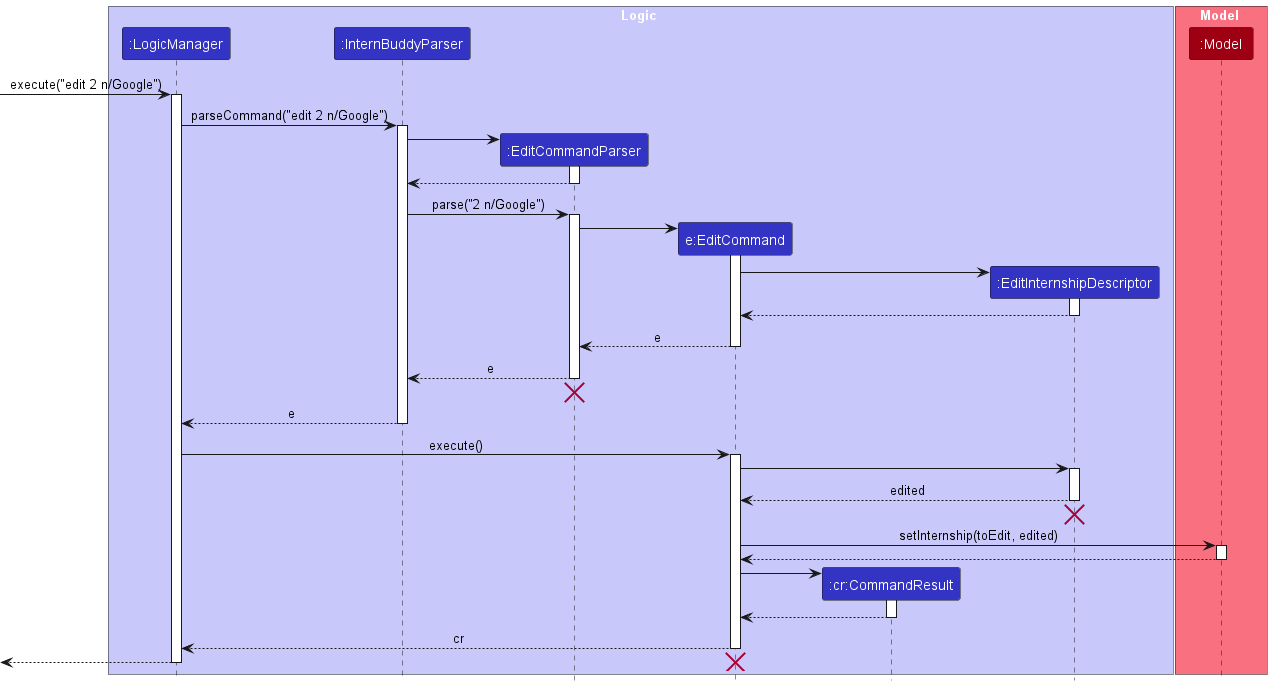
Above: docs/images/EditSequenceDiagram.png in nus-cs2103-AY2223S2/tp (PlantUML), before the change.
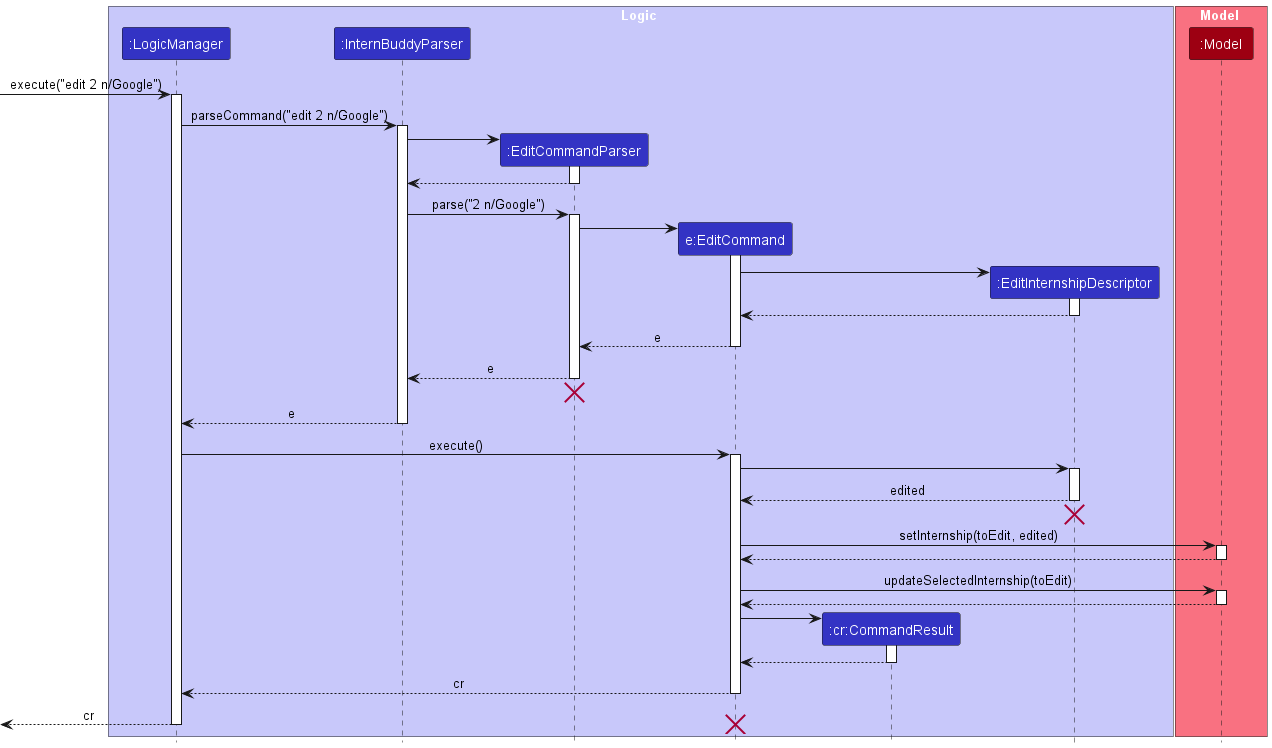
After the change.

Commit message:
fix edit sequencce diagram

Change to the diagram source:
```diff
@@ -62,6 +62,11 @@
 
 Model --> EditCommand
 deactivate Model
+EditCommand -> Model : updateSelectedInternship(toEdit)
+activate Model
+
+Model --> EditCommand
+deactivate Model
 
 create CommandResult
 EditCommand -> CommandResult
@@ -73,7 +78,7 @@
 EditCommand --> LogicManager : cr
 deactivate EditCommand
 
-[<--LogicManager
+[<--LogicManager : cr
 destroy EditCommand
 deactivate LogicManager
 @enduml
```
